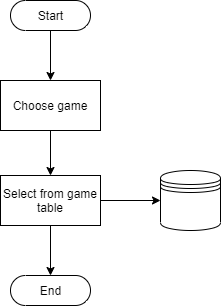
The draw.io diagram scoring/documentation/Select_Game_Logic.png in kparlak/dart-scoring-system, before a commit. Source tidied: cells renumbered, new cells last; positions are measured from the earlier drawing's top-left corner, leaving out a move shared by most shapes.
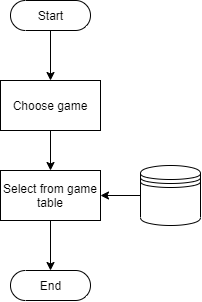
The same file after the commit.

The edit, as a diff of the source:
```diff
@@ -9,19 +9,19 @@
       <mxGeometry x="10" width="80" height="30" as="geometry" />
     </mxCell>
     <mxCell id="4" value="End" style="html=1;dashed=0;whitespace=wrap;shape=mxgraph.dfd.start;" parent="1" vertex="1">
-      <mxGeometry x="10" y="275" width="80" height="30" as="geometry" />
+      <mxGeometry x="10" y="270" width="80" height="30" as="geometry" />
     </mxCell>
     <mxCell id="5" style="edgeStyle=orthogonalEdgeStyle;rounded=1;jettySize=auto;html=1;exitX=0.5;exitY=1;exitDx=0;exitDy=0;entryX=0.5;entryY=0.5;entryDx=0;entryDy=-15;entryPerimeter=0;" parent="1" edge="1" source="7" target="4">
       <mxGeometry relative="1" as="geometry" />
     </mxCell>
-    <mxCell id="6" style="edgeStyle=orthogonalEdgeStyle;rounded=1;jettySize=auto;html=1;exitX=1;exitY=0.5;exitDx=0;exitDy=0;entryX=0;entryY=0.5;entryDx=0;entryDy=0;" parent="1" edge="1" source="7" target="8">
+    <mxCell id="6" style="edgeStyle=orthogonalEdgeStyle;rounded=1;jettySize=auto;html=1;entryX=1;entryY=0.5;entryDx=0;entryDy=0;exitX=0;exitY=0.5;exitDx=0;exitDy=0;" parent="1" edge="1" source="8" target="7">
       <mxGeometry relative="1" as="geometry" />
     </mxCell>
     <mxCell id="7" value="Select from game table" style="html=1;dashed=0;whitespace=wrap;whiteSpace=wrap;" parent="1" vertex="1">
-      <mxGeometry y="175" width="100" height="50" as="geometry" />
+      <mxGeometry y="170" width="100" height="50" as="geometry" />
     </mxCell>
     <mxCell id="8" style="shape=datastore;whiteSpace=wrap;html=1;" parent="1" vertex="1">
-      <mxGeometry x="160" y="170" width="60" height="60" as="geometry" />
+      <mxGeometry x="140" y="165" width="60" height="60" as="geometry" />
     </mxCell>
     <mxCell id="9" value="Choose game" style="html=1;dashed=0;whitespace=wrap;whiteSpace=wrap;" parent="1" vertex="1">
       <mxGeometry y="80" width="100" height="50" as="geometry" />
```
